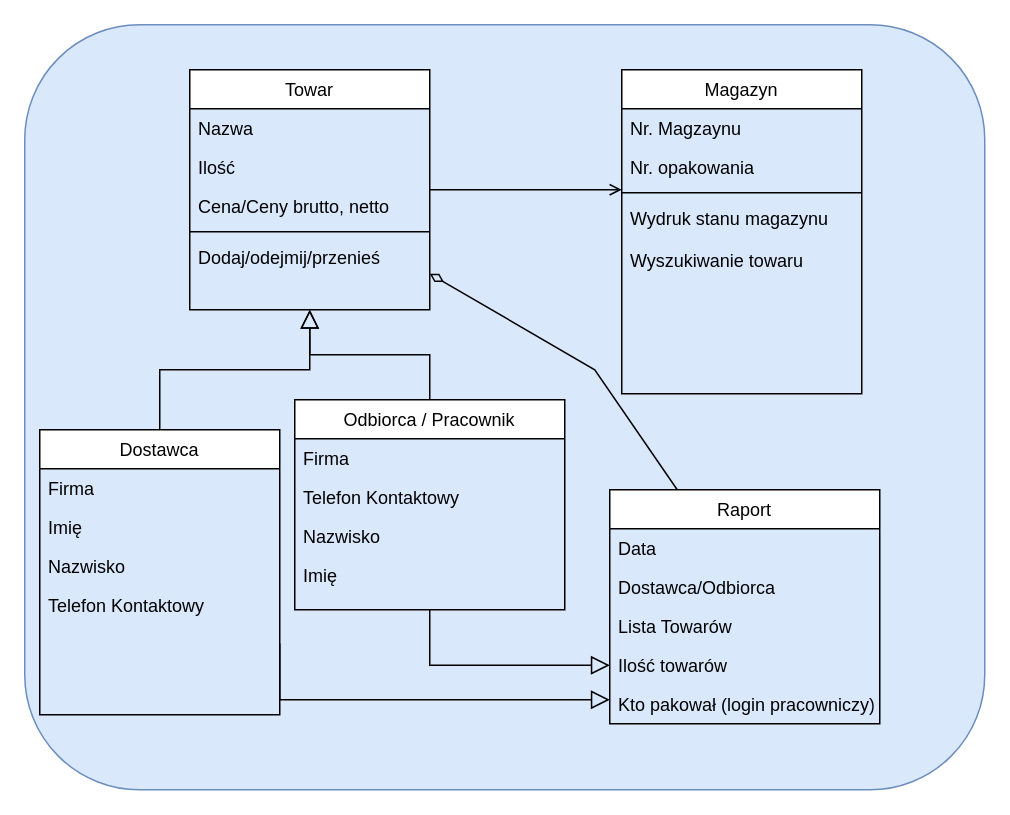
The draw.io diagram Doc/Diagram.drawio in Buczixo/MagazineManagmentProject, before the edit. Source tidied: cells renumbered, new cells numbered last; positions are measured from the earlier drawing's top-left corner, leaving out a move shared by most shapes. Both pictures are drawn from the tidied source at 150%, with x=0, y=0 at pixel (24, 24).
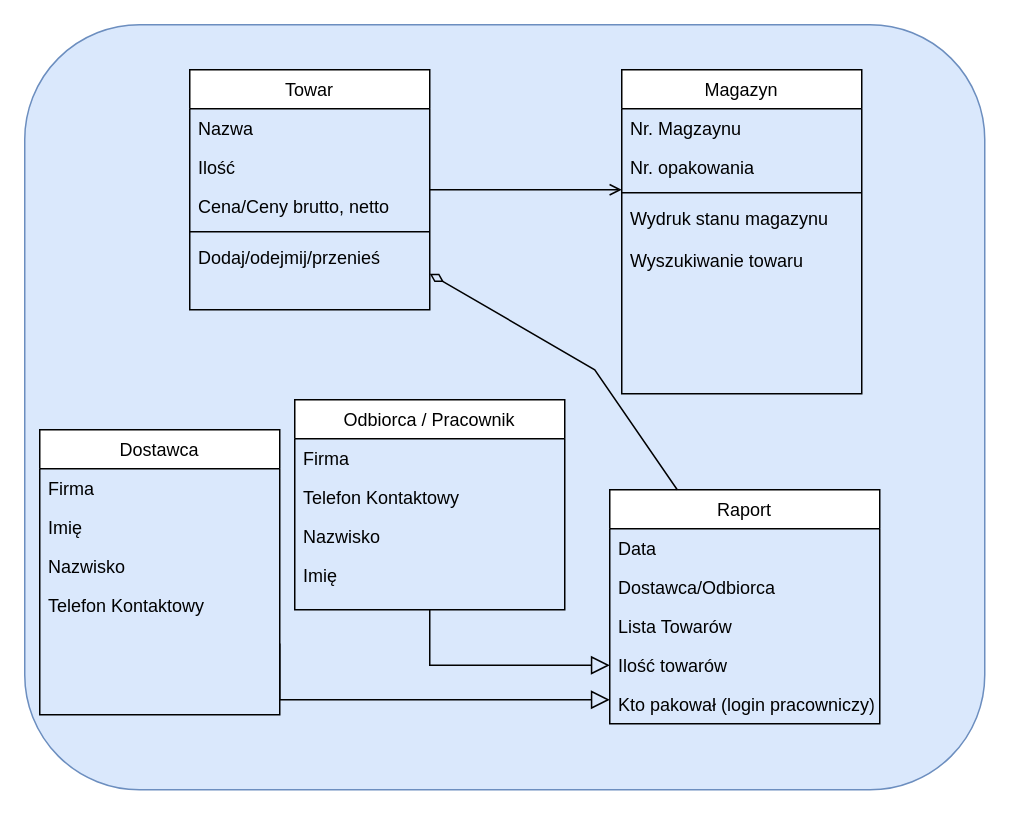
After the change.

Unchanged cells that the change refers to:
```xml
<mxCell id="3" value="Towar" style="swimlane;fontStyle=0;align=center;verticalAlign=top;horizontal=1;startSize=26;rounded=0;shadow=0;strokeWidth=1;" parent="1" vertex="1">
  <mxGeometry x="110" y="30" width="160" height="160" as="geometry" />
</mxCell>
<mxCell id="9" value="Dostawca" style="swimlane;fontStyle=0;align=center;verticalAlign=top;horizontal=1;startSize=26;rounded=0;shadow=0;strokeWidth=1;" parent="1" vertex="1">
  <mxGeometry x="10" y="270" width="160" height="190" as="geometry" />
</mxCell>
<mxCell id="15" value="Odbiorca / Pracownik" style="swimlane;fontStyle=0;align=center;verticalAlign=top;horizontal=1;startSize=26;rounded=0;shadow=0;strokeWidth=1;" parent="1" vertex="1">
  <mxGeometry x="180" y="250" width="180" height="140" as="geometry" />
</mxCell>
```

What changed in the source:
```diff
@@
-    <mxCell id="14" style="endArrow=block;endSize=10;endFill=0;shadow=0;strokeWidth=1;rounded=0;edgeStyle=elbowEdgeStyle;elbow=vertical;" parent="1" edge="1" source="9" target="3">
-      <mxGeometry relative="1" as="geometry" />
-    </mxCell>
@@
-    <mxCell id="20" style="endArrow=block;endSize=10;endFill=0;shadow=0;strokeWidth=1;rounded=0;edgeStyle=elbowEdgeStyle;elbow=vertical;" parent="1" edge="1" source="15" target="3">
-      <mxGeometry relative="1" as="geometry" />
-    </mxCell>
```
